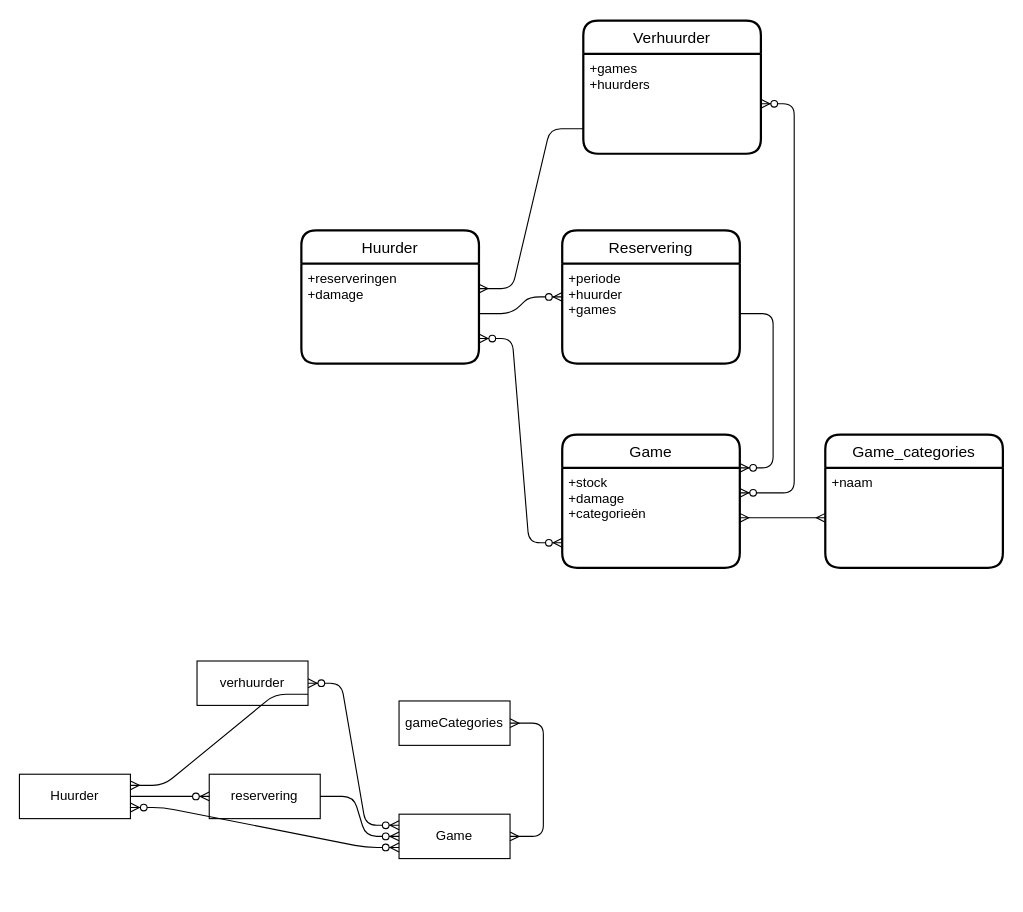
The draw.io diagram Game-O-Theek.drawio in nickwilschut/ERD-opdracht, before the edit. Source tidied: cells renumbered, new cells numbered last; positions are measured from the earlier drawing's top-left corner, leaving out a move shared by most shapes. Both pictures are drawn from the tidied source at 111%, with x=0, y=0 at pixel (19, 20).
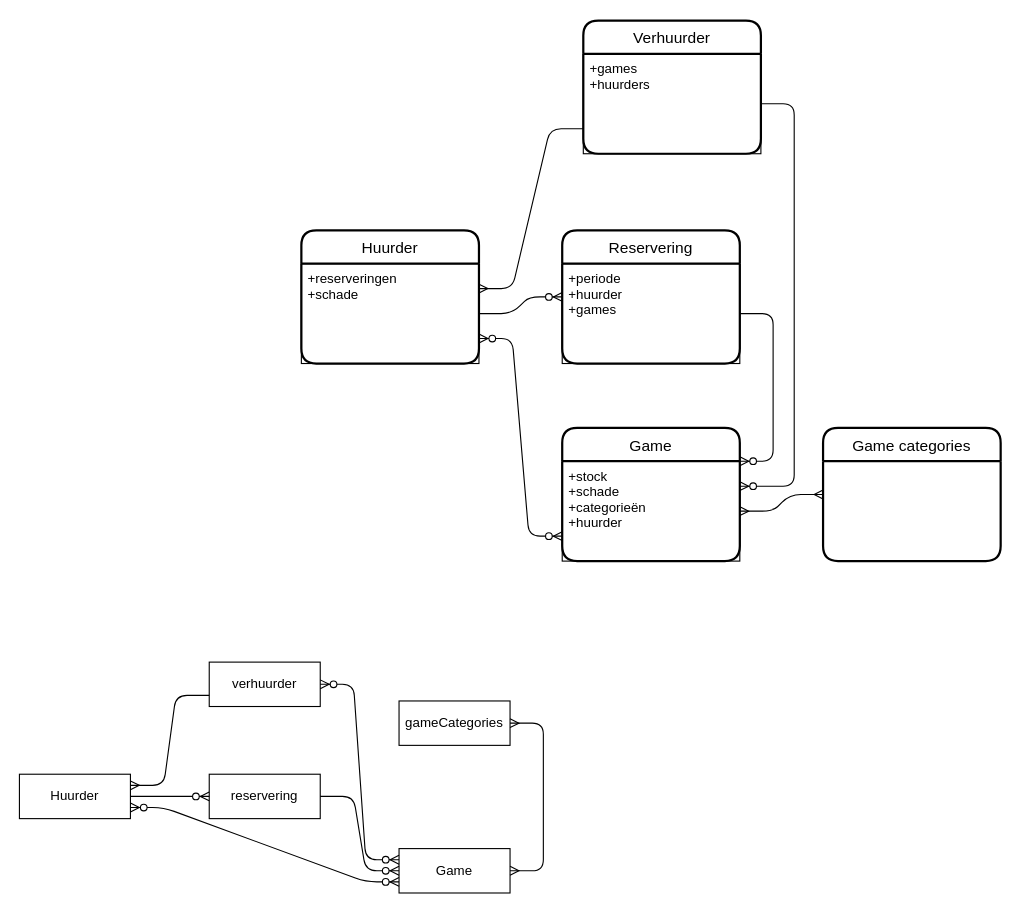
The same diagram, later.

The change refers to these unchanged cells:
```xml
<mxCell id="11" value="Huurder" style="whiteSpace=wrap;html=1;align=center;" parent="1" vertex="1">
  <mxGeometry y="679" width="100" height="40" as="geometry" />
</mxCell>
```

Change to the diagram source:
```diff
@@
-    <mxCell id="2" value="Huurder" style="swimlane;horizontal=1;startSize=30;rounded=1;fontSize=14;fontStyle=0;strokeWidth=2;shadow=0;dashed=0;align=center;" parent="1" vertex="1">
+    <mxCell id="2" value="Huurder" style="swimlane;horizontal=1;startSize=30;rounded=1;fontSize=14;fontStyle=0;strokeWidth=2;shadow=0;dashed=0;align=center;strokeColor=#000000;" parent="1" vertex="1">
       <mxGeometry x="254" y="189" width="160" height="120" as="geometry" />
     </mxCell>
-    <mxCell id="3" value="+reserveringen&#10;+damage" style="align=left;strokeColor=none;fillColor=none;spacingLeft=4;fontSize=12;verticalAlign=top;" parent="2" vertex="1">
+    <mxCell id="3" value="+reserveringen&#10;+schade" style="align=left;strokeColor=#000000;fillColor=none;spacingLeft=4;fontSize=12;verticalAlign=top;" parent="2" vertex="1">
       <mxGeometry y="30" width="160" height="90" as="geometry" />
     </mxCell>
-    <mxCell id="4" value="Game" style="swimlane;horizontal=1;startSize=30;rounded=1;fontSize=14;fontStyle=0;strokeWidth=2;shadow=0;dashed=0;align=center;" parent="1" vertex="1">
-      <mxGeometry x="489" y="373" width="160" height="120" as="geometry" />
+    <mxCell id="4" value="Game" style="swimlane;horizontal=1;startSize=30;rounded=1;fontSize=14;fontStyle=0;strokeWidth=2;shadow=0;dashed=0;align=center;strokeColor=#000000;" parent="1" vertex="1">
+      <mxGeometry x="489" y="367" width="160" height="120" as="geometry" />
     </mxCell>
-    <mxCell id="5" value="+stock&#10;+damage&#10;+categorieën" style="align=left;strokeColor=none;fillColor=none;spacingLeft=4;fontSize=12;verticalAlign=top;" parent="4" vertex="1">
+    <mxCell id="5" value="+stock&#10;+schade&#10;+categorieën&#10;+huurder" style="align=left;strokeColor=#000000;fillColor=none;spacingLeft=4;fontSize=12;verticalAlign=top;" parent="4" vertex="1">
       <mxGeometry y="30" width="160" height="90" as="geometry" />
     </mxCell>
-    <mxCell id="6" value="Reservering" style="swimlane;horizontal=1;startSize=30;rounded=1;fontSize=14;fontStyle=0;strokeWidth=2;shadow=0;dashed=0;align=center;" parent="1" vertex="1">
+    <mxCell id="6" value="Reservering" style="swimlane;horizontal=1;startSize=30;rounded=1;fontSize=14;fontStyle=0;strokeWidth=2;shadow=0;dashed=0;align=center;strokeColor=#000000;" parent="1" vertex="1">
       <mxGeometry x="489" y="189" width="160" height="120" as="geometry" />
     </mxCell>
-    <mxCell id="7" value="+periode&#10;+huurder&#10;+games" style="align=left;strokeColor=none;fillColor=none;spacingLeft=4;fontSize=12;verticalAlign=top;" parent="6" vertex="1">
+    <mxCell id="7" value="+periode&#10;+huurder&#10;+games" style="align=left;strokeColor=#000000;fillColor=none;spacingLeft=4;fontSize=12;verticalAlign=top;" parent="6" vertex="1">
       <mxGeometry y="30" width="160" height="90" as="geometry" />
     </mxCell>
-    <mxCell id="8" value="Verhuurder" style="swimlane;horizontal=1;startSize=30;rounded=1;fontSize=14;fontStyle=0;strokeWidth=2;shadow=0;dashed=0;align=center;" parent="1" vertex="1">
+    <mxCell id="8" value="Verhuurder" style="swimlane;horizontal=1;startSize=30;rounded=1;fontSize=14;fontStyle=0;strokeWidth=2;shadow=0;dashed=0;align=center;strokeColor=#000000;" parent="1" vertex="1">
       <mxGeometry x="508" width="160" height="120" as="geometry" />
     </mxCell>
-    <mxCell id="9" value="+games&#10;+huurders" style="align=left;strokeColor=none;fillColor=none;spacingLeft=4;fontSize=12;verticalAlign=top;" parent="8" vertex="1">
+    <mxCell id="9" value="+games&#10;+huurders" style="align=left;strokeColor=#000000;fillColor=none;spacingLeft=4;fontSize=12;verticalAlign=top;" parent="8" vertex="1">
       <mxGeometry y="30" width="160" height="90" as="geometry" />
     </mxCell>
@@
     <mxCell id="12" value="verhuurder" style="whiteSpace=wrap;html=1;align=center;" parent="1" vertex="1">
-      <mxGeometry x="160" y="577" width="100" height="40" as="geometry" />
+      <mxGeometry x="171" y="578" width="100" height="40" as="geometry" />
     </mxCell>
     <mxCell id="13" value="Game" style="whiteSpace=wrap;html=1;align=center;" parent="1" vertex="1">
-      <mxGeometry x="342" y="715" width="100" height="40" as="geometry" />
+      <mxGeometry x="342" y="746" width="100" height="40" as="geometry" />
     </mxCell>
@@
-    <mxCell id="16" style="edgeStyle=entityRelationEdgeStyle;fontSize=12;html=1;endArrow=ERmany;exitX=1;exitY=0.75;exitDx=0;exitDy=0;entryX=1;entryY=0.25;entryDx=0;entryDy=0;" parent="1" edge="1" source="12" target="11">
+    <mxCell id="16" style="edgeStyle=entityRelationEdgeStyle;fontSize=12;html=1;endArrow=ERmany;exitX=0;exitY=0.75;exitDx=0;exitDy=0;entryX=1;entryY=0.25;entryDx=0;entryDy=0;" parent="1" edge="1" source="12" target="11">
       <mxGeometry relative="1" as="geometry" />
     </mxCell>
@@
-    <mxCell id="21" value="Game_categories" style="swimlane;horizontal=1;startSize=30;rounded=1;fontSize=14;fontStyle=0;strokeWidth=2;shadow=0;dashed=0;align=center;" parent="1" vertex="1">
-      <mxGeometry x="726" y="373" width="160" height="120" as="geometry" />
+    <mxCell id="21" value="Game categories" style="swimlane;horizontal=1;startSize=30;rounded=1;fontSize=14;fontStyle=0;strokeWidth=2;shadow=0;dashed=0;align=center;strokeColor=#000000;" parent="1" vertex="1">
+      <mxGeometry x="724" y="367" width="160" height="120" as="geometry" />
     </mxCell>
-    <mxCell id="22" value="+naam" style="align=left;strokeColor=none;fillColor=none;spacingLeft=4;fontSize=12;verticalAlign=top;" parent="21" vertex="1">
-      <mxGeometry y="30" width="160" height="90" as="geometry" />
-    </mxCell>
-    <mxCell id="23" style="edgeStyle=entityRelationEdgeStyle;fontSize=12;html=1;endArrow=ERmany;exitX=0;exitY=0.75;exitDx=0;exitDy=0;entryX=1;entryY=0.25;entryDx=0;entryDy=0;" parent="1" edge="1" source="9" target="3">
+    <mxCell id="23" style="edgeStyle=entityRelationEdgeStyle;fontSize=12;html=1;endArrow=ERmany;exitX=0;exitY=0.75;exitDx=0;exitDy=0;entryX=1;entryY=0.25;entryDx=0;entryDy=0;fillColor=#33FF33;strokeColor=#000000;" parent="1" edge="1" source="9" target="3">
       <mxGeometry relative="1" as="geometry" />
     </mxCell>
-    <mxCell id="24" style="edgeStyle=entityRelationEdgeStyle;fontSize=12;html=1;endArrow=ERzeroToMany;endFill=1;exitX=1;exitY=0.5;exitDx=0;exitDy=0;entryX=0;entryY=0.5;entryDx=0;entryDy=0;" parent="1" edge="1" source="3" target="6">
+    <mxCell id="24" style="edgeStyle=entityRelationEdgeStyle;fontSize=12;html=1;endArrow=ERzeroToMany;endFill=1;exitX=1;exitY=0.5;exitDx=0;exitDy=0;entryX=0;entryY=0.5;entryDx=0;entryDy=0;strokeColor=#000000;" parent="1" edge="1" source="3" target="6">
       <mxGeometry relative="1" as="geometry" />
     </mxCell>
-    <mxCell id="25" style="edgeStyle=entityRelationEdgeStyle;fontSize=12;html=1;endArrow=ERzeroToMany;endFill=1;startArrow=ERzeroToMany;exitX=1;exitY=0.75;exitDx=0;exitDy=0;entryX=0;entryY=0.75;entryDx=0;entryDy=0;" parent="1" edge="1" source="3" target="5">
+    <mxCell id="25" style="edgeStyle=entityRelationEdgeStyle;fontSize=12;html=1;endArrow=ERzeroToMany;endFill=1;startArrow=ERzeroToMany;exitX=1;exitY=0.75;exitDx=0;exitDy=0;entryX=0;entryY=0.75;entryDx=0;entryDy=0;strokeColor=#000000;" parent="1" edge="1" source="3" target="5">
       <mxGeometry relative="1" as="geometry" />
     </mxCell>
-    <mxCell id="26" style="edgeStyle=entityRelationEdgeStyle;fontSize=12;html=1;endArrow=ERzeroToMany;endFill=1;exitX=1;exitY=0.5;exitDx=0;exitDy=0;entryX=1;entryY=0.25;entryDx=0;entryDy=0;" parent="1" edge="1" source="7" target="4">
+    <mxCell id="26" style="edgeStyle=entityRelationEdgeStyle;fontSize=12;html=1;endArrow=ERzeroToMany;endFill=1;exitX=1;exitY=0.5;exitDx=0;exitDy=0;entryX=1;entryY=0.25;entryDx=0;entryDy=0;strokeColor=#000000;" parent="1" edge="1" source="7" target="4">
       <mxGeometry relative="1" as="geometry" />
     </mxCell>
+    <mxCell id="28" style="edgeStyle=entityRelationEdgeStyle;fontSize=12;html=1;endArrow=ERmany;startArrow=ERmany;exitX=0;exitY=0.5;exitDx=0;exitDy=0;strokeColor=#000000;" parent="1" edge="1" source="21" target="5">
+      <mxGeometry relative="1" as="geometry" />
+    </mxCell>
-    <mxCell id="27" style="edgeStyle=entityRelationEdgeStyle;fontSize=12;html=1;endArrow=ERzeroToMany;endFill=1;startArrow=ERzeroToMany;entryX=1;entryY=0.25;entryDx=0;entryDy=0;" parent="1" edge="1" source="9" target="5">
+    <mxCell id="27" style="edgeStyle=entityRelationEdgeStyle;fontSize=12;html=1;endArrow=ERzeroToMany;endFill=1;strokeColor=#000000;fillColor=#33FF33;entryX=1;entryY=0.25;entryDx=0;entryDy=0;" parent="1" edge="1" source="9" target="5">
       <mxGeometry relative="1" as="geometry" />
     </mxCell>
-    <mxCell id="28" style="edgeStyle=entityRelationEdgeStyle;fontSize=12;html=1;endArrow=ERmany;startArrow=ERmany;exitX=0;exitY=0.5;exitDx=0;exitDy=0;" parent="1" edge="1" source="22" target="5">
-      <mxGeometry relative="1" as="geometry" />
-    </mxCell>
```
